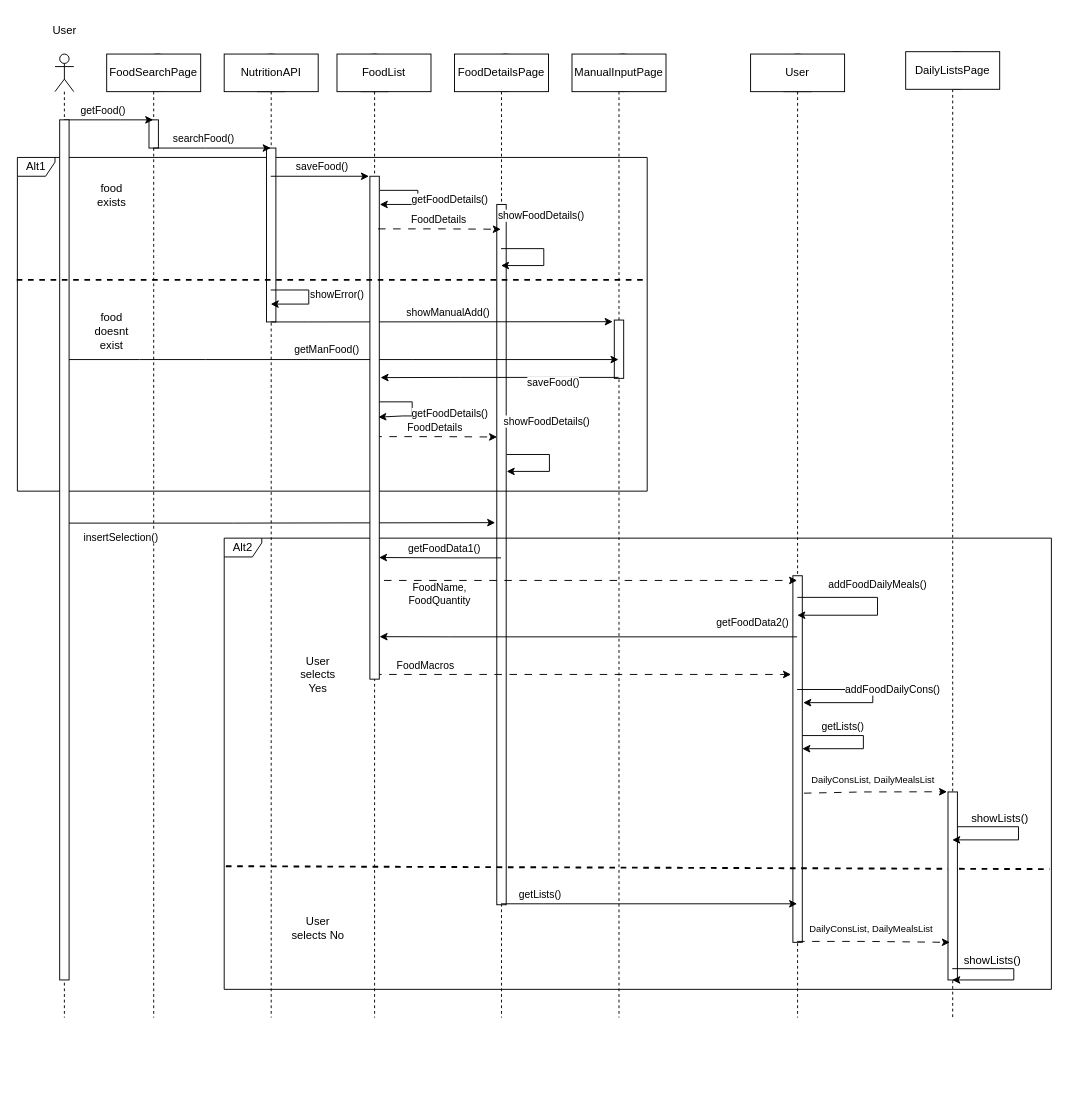
Earlier version of the draw.io diagram ΤΕΛΙΚΟ ΠΑΡΑΔΟΤΕΟ/Sequence-diagrams-v1.0/sd_αναζήτηση_προσθήκη_φαγητού.drawio (Dionkaps/Eu-Zin). Source tidied: cells renumbered, new cells numbered last; positions are measured from the earlier drawing's top-left corner, leaving out a move shared by most shapes. Both pictures are drawn from the tidied source at 94%, with x=0, y=0 at pixel (16, 16).
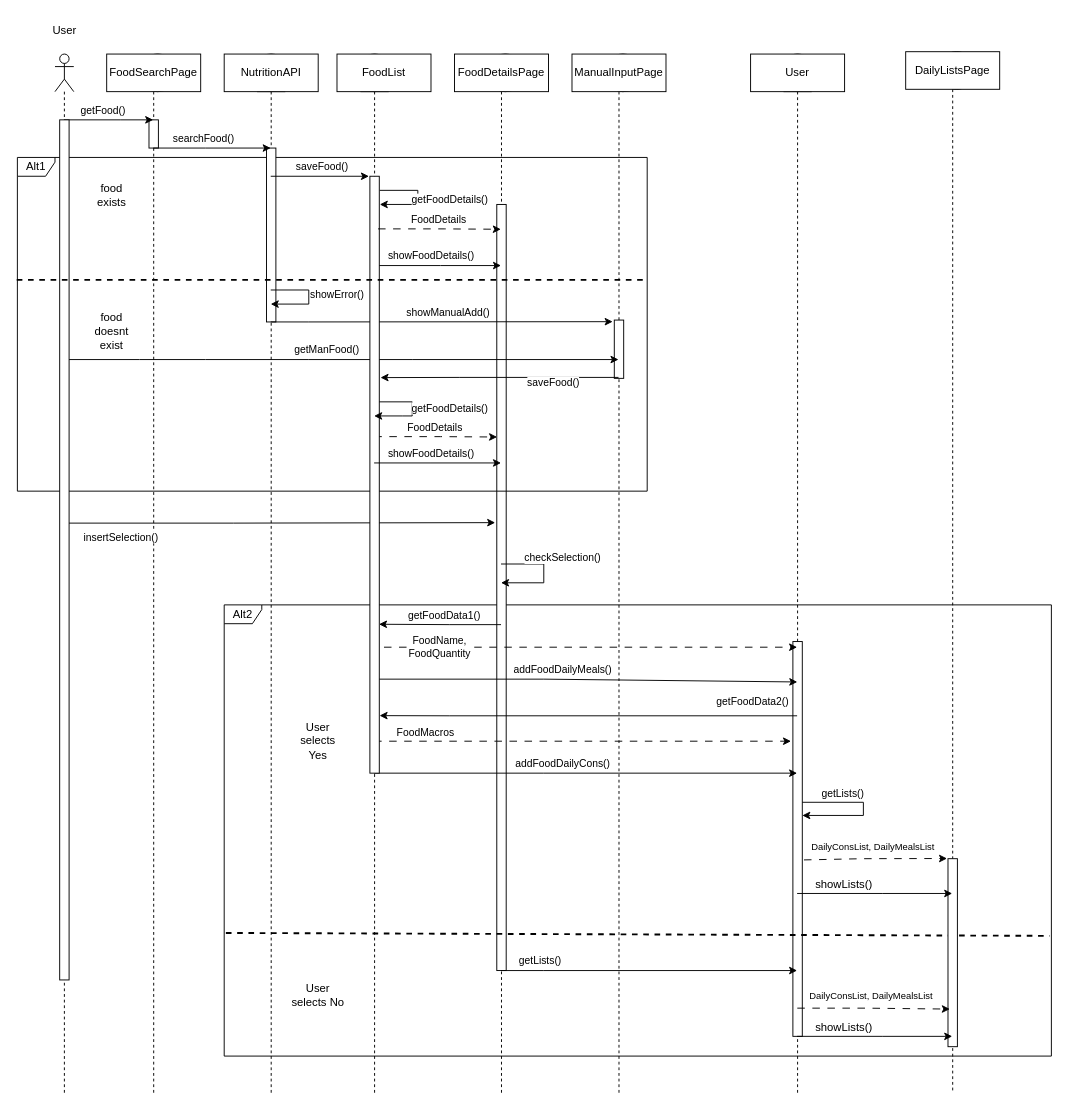
The same page after the edit.

Diff of the diagram source:
```diff
@@
+    <mxCell id="13" value="Alt2" style="shape=umlFrame;whiteSpace=wrap;html=1;width=40;height=20;" parent="1" vertex="1">
+      <mxGeometry x="221" y="626" width="880" height="480" as="geometry" />
+    </mxCell>
     <mxCell id="2" style="shape=umlLifeline;perimeter=lifelinePerimeter;whiteSpace=wrap;html=1;outlineConnect=0;portConstraint=eastwest;newEdgeStyle={&quot;edgeStyle&quot;:&quot;elbowEdgeStyle&quot;,&quot;elbow&quot;:&quot;vertical&quot;,&quot;curved&quot;:0,&quot;rounded&quot;:0};participant=umlEntity;" parent="1" vertex="1">
-      <mxGeometry x="811" y="40" width="40" height="1025" as="geometry" />
+      <mxGeometry x="811" y="40" width="40" height="1105" as="geometry" />
     </mxCell>
     <mxCell id="3" style="html=1;points=[];perimeter=orthogonalPerimeter;" parent="1" vertex="1">
-      <mxGeometry x="826" y="595" width="10" height="390" as="geometry" />
+      <mxGeometry x="826" y="665" width="10" height="420" as="geometry" />
     </mxCell>
     <mxCell id="4" style="shape=umlLifeline;perimeter=lifelinePerimeter;whiteSpace=wrap;html=1;outlineConnect=0;portConstraint=eastwest;newEdgeStyle={&quot;edgeStyle&quot;:&quot;elbowEdgeStyle&quot;,&quot;elbow&quot;:&quot;vertical&quot;,&quot;curved&quot;:0,&quot;rounded&quot;:0};participant=umlBoundary;" parent="1" vertex="1">
-      <mxGeometry x="616" y="40" width="50" height="1025" as="geometry" />
+      <mxGeometry x="616" y="40" width="50" height="1105" as="geometry" />
     </mxCell>
@@
     <mxCell id="6" style="shape=umlLifeline;perimeter=lifelinePerimeter;whiteSpace=wrap;html=1;outlineConnect=0;portConstraint=eastwest;newEdgeStyle={&quot;edgeStyle&quot;:&quot;elbowEdgeStyle&quot;,&quot;elbow&quot;:&quot;vertical&quot;,&quot;curved&quot;:0,&quot;rounded&quot;:0};participant=umlBoundary;" parent="1" vertex="1">
-      <mxGeometry x="491" y="40" width="50" height="1025" as="geometry" />
+      <mxGeometry x="491" y="40" width="50" height="1105" as="geometry" />
     </mxCell>
     <mxCell id="7" style="html=1;perimeter=orthogonalPerimeter;" parent="1" vertex="1">
-      <mxGeometry x="511" y="200" width="10" height="745" as="geometry" />
+      <mxGeometry x="511" y="200" width="10" height="815" as="geometry" />
     </mxCell>
     <mxCell id="8" style="shape=umlLifeline;perimeter=lifelinePerimeter;whiteSpace=wrap;html=1;outlineConnect=0;portConstraint=eastwest;newEdgeStyle={&quot;edgeStyle&quot;:&quot;elbowEdgeStyle&quot;,&quot;elbow&quot;:&quot;vertical&quot;,&quot;curved&quot;:0,&quot;rounded&quot;:0};participant=umlEntity;" parent="1" vertex="1">
-      <mxGeometry x="251" y="40" width="40" height="1025" as="geometry" />
+      <mxGeometry x="251" y="40" width="40" height="1105" as="geometry" />
     </mxCell>
@@
     <mxCell id="11" style="shape=umlLifeline;perimeter=lifelinePerimeter;whiteSpace=wrap;html=1;outlineConnect=0;portConstraint=eastwest;newEdgeStyle={&quot;edgeStyle&quot;:&quot;elbowEdgeStyle&quot;,&quot;elbow&quot;:&quot;vertical&quot;,&quot;curved&quot;:0,&quot;rounded&quot;:0};participant=umlBoundary;" parent="1" vertex="1">
-      <mxGeometry x="121" y="40" width="50" height="1025" as="geometry" />
+      <mxGeometry x="121" y="40" width="50" height="1105" as="geometry" />
     </mxCell>
@@
-    <mxCell id="13" value="Alt2" style="shape=umlFrame;whiteSpace=wrap;html=1;width=40;height=20;" parent="1" vertex="1">
-      <mxGeometry x="221" y="555" width="880" height="480" as="geometry" />
-    </mxCell>
     <mxCell id="14" style="shape=umlLifeline;perimeter=lifelinePerimeter;whiteSpace=wrap;html=1;outlineConnect=0;portConstraint=eastwest;newEdgeStyle={&quot;edgeStyle&quot;:&quot;elbowEdgeStyle&quot;,&quot;elbow&quot;:&quot;vertical&quot;,&quot;curved&quot;:0,&quot;rounded&quot;:0};participant=umlActor;" parent="1" vertex="1">
-      <mxGeometry x="41" y="40" width="20" height="1025" as="geometry" />
+      <mxGeometry x="41" y="40" width="20" height="1105" as="geometry" />
     </mxCell>
     <mxCell id="15" style="shape=umlLifeline;perimeter=lifelinePerimeter;whiteSpace=wrap;html=1;outlineConnect=0;portConstraint=eastwest;newEdgeStyle={&quot;edgeStyle&quot;:&quot;elbowEdgeStyle&quot;,&quot;elbow&quot;:&quot;vertical&quot;,&quot;curved&quot;:0,&quot;rounded&quot;:0};participant=umlBoundary;" parent="1" vertex="1">
-      <mxGeometry x="971" y="37.5" width="50" height="1027.5" as="geometry" />
+      <mxGeometry x="971" y="37.5" width="50" height="1107.5" as="geometry" />
     </mxCell>
     <mxCell id="16" style="shape=umlLifeline;perimeter=lifelinePerimeter;whiteSpace=wrap;html=1;outlineConnect=0;portConstraint=eastwest;newEdgeStyle={&quot;edgeStyle&quot;:&quot;elbowEdgeStyle&quot;,&quot;elbow&quot;:&quot;vertical&quot;,&quot;curved&quot;:0,&quot;rounded&quot;:0};participant=umlEntity;" parent="1" vertex="1">
-      <mxGeometry x="361" y="40" width="40" height="1025" as="geometry" />
+      <mxGeometry x="361" y="40" width="40" height="1105" as="geometry" />
     </mxCell>
@@
-    <mxCell id="20" value="showFoodDetails()" style="endArrow=classic;html=1;rounded=0;" parent="1" edge="1" source="6" target="6">
-      <mxGeometry x="-0.17" y="23" relative="1" as="geometry">
+    <mxCell id="20" value="showFoodDetails()" style="endArrow=classic;html=1;rounded=0;" parent="1" edge="1" source="16" target="6">
+      <mxGeometry x="-0.11" y="10" relative="1" as="geometry">
         <Array as="points">
-          <mxPoint x="561" y="247" />
-          <mxPoint x="561" y="265" />
+          <mxPoint x="451" y="265" />
         </Array>
-        <mxPoint x="-3" y="-12" as="offset" />
       </mxGeometry>
     </mxCell>
@@
     <mxCell id="28" value="getFoodData1()" style="endArrow=classic;html=1;rounded=0;entryX=0.967;entryY=0.682;entryDx=0;entryDy=0;entryPerimeter=0;" parent="1" edge="1">
       <mxGeometry x="-0.06" y="-10" relative="1" as="geometry">
-        <mxPoint x="515.5" y="576" as="sourcePoint" />
-        <mxPoint x="385.7" y="575.6" as="targetPoint" />
+        <mxPoint x="515.5" y="647" as="sourcePoint" />
+        <mxPoint x="385.7" y="646.6" as="targetPoint" />
         <Array as="points">
-          <mxPoint x="461" y="576" />
+          <mxPoint x="461" y="647" />
         </Array>
       </mxGeometry>
     </mxCell>
@@
     <mxCell id="30" value="getFoodData2()" style="endArrow=classic;html=1;rounded=0;entryX=1.033;entryY=0.902;entryDx=0;entryDy=0;entryPerimeter=0;" parent="1" edge="1">
       <mxGeometry x="-0.78" y="-15" relative="1" as="geometry">
-        <mxPoint x="830.5" y="660" as="sourcePoint" />
-        <mxPoint x="386.3" y="659.8" as="targetPoint" />
+        <mxPoint x="830.5" y="744" as="sourcePoint" />
+        <mxPoint x="386.3" y="743.8" as="targetPoint" />
         <Array as="points">
-          <mxPoint x="461" y="660" />
+          <mxPoint x="461" y="744" />
         </Array>
         <mxPoint x="1" as="offset" />
       </mxGeometry>
     </mxCell>
     <mxCell id="31" style="endArrow=classic;html=1;rounded=0;dashed=1;dashPattern=8 8;entryX=-0.2;entryY=0;entryDx=0;entryDy=0;entryPerimeter=0;" parent="1" edge="1">
       <mxGeometry relative="1" as="geometry">
-        <mxPoint x="380.5" y="700" as="sourcePoint" />
-        <mxPoint x="824" y="700" as="targetPoint" />
+        <mxPoint x="380.5" y="771" as="sourcePoint" />
+        <mxPoint x="824" y="771" as="targetPoint" />
         <Array as="points">
-          <mxPoint x="511" y="700" />
+          <mxPoint x="511" y="771" />
         </Array>
       </mxGeometry>
     </mxCell>
@@
     <mxCell id="33" value="FoodName,&lt;br&gt;FoodQuantity" style="endArrow=classic;html=1;rounded=0;dashed=1;dashPattern=8 8;" parent="1" edge="1">
-      <mxGeometry x="-0.73" y="-15" relative="1" as="geometry">
-        <mxPoint x="391" y="600" as="sourcePoint" />
-        <mxPoint x="830.5" y="600" as="targetPoint" />
+      <mxGeometry x="-0.73" relative="1" as="geometry">
+        <mxPoint x="391" y="671" as="sourcePoint" />
+        <mxPoint x="830.5" y="671" as="targetPoint" />
       </mxGeometry>
     </mxCell>
-    <mxCell id="34" value="addFoodDailyCons()" style="endArrow=classic;html=1;rounded=0;entryX=1.1;entryY=0.1;entryDx=0;entryDy=0;entryPerimeter=0;" parent="1" edge="1">
-      <mxGeometry x="-0.05" y="-21" relative="1" as="geometry">
-        <mxPoint x="830.5" y="716" as="sourcePoint" />
-        <mxPoint x="837" y="730" as="targetPoint" />
+    <mxCell id="34" value="addFoodDailyCons()" style="endArrow=classic;html=1;rounded=0;" parent="1" edge="1" source="16" target="2">
+      <mxGeometry x="-0.11" y="10" relative="1" as="geometry">
         <Array as="points">
-          <mxPoint x="911" y="716" />
-          <mxPoint x="911" y="730" />
+          <mxPoint x="561" y="805" />
         </Array>
-        <mxPoint x="21" y="-21" as="offset" />
       </mxGeometry>
     </mxCell>
     <mxCell id="35" value="DailyConsList, DailyMealsList" style="endArrow=classic;html=1;rounded=0;dashed=1;dashPattern=8 8;entryX=-0.1;entryY=0.482;entryDx=0;entryDy=0;entryPerimeter=0;exitX=1.178;exitY=0.671;exitDx=0;exitDy=0;exitPerimeter=0;fontSize=10;" parent="1" edge="1">
       <mxGeometry x="-0.04" y="13" relative="1" as="geometry">
-        <mxPoint x="837.8" y="826.3" as="sourcePoint" />
-        <mxPoint x="990" y="824.8" as="targetPoint" />
+        <mxPoint x="837.8" y="897.3" as="sourcePoint" />
+        <mxPoint x="990" y="895.8" as="targetPoint" />
         <Array as="points">
-          <mxPoint x="901" y="825" />
+          <mxPoint x="901" y="896" />
         </Array>
       </mxGeometry>
     </mxCell>
     <mxCell id="36" value="getLists()" style="endArrow=classic;html=1;rounded=0;" parent="1" edge="1">
       <mxGeometry x="-0.74" y="10" relative="1" as="geometry">
-        <mxPoint x="515.5" y="944" as="sourcePoint" />
-        <mxPoint x="830.5" y="944" as="targetPoint" />
+        <mxPoint x="515.5" y="1015" as="sourcePoint" />
+        <mxPoint x="830.5" y="1015" as="targetPoint" />
         <Array as="points">
-          <mxPoint x="561" y="944" />
+          <mxPoint x="561" y="1015" />
         </Array>
       </mxGeometry>
     </mxCell>
     <mxCell id="37" value="User selects Yes" style="text;html=1;strokeColor=none;fillColor=none;align=center;verticalAlign=middle;whiteSpace=wrap;rounded=0;" parent="1" vertex="1">
-      <mxGeometry x="291" y="685" width="60" height="30" as="geometry" />
+      <mxGeometry x="291" y="756" width="60" height="30" as="geometry" />
     </mxCell>
     <mxCell id="38" value="User selects No" style="text;html=1;strokeColor=none;fillColor=none;align=center;verticalAlign=middle;whiteSpace=wrap;rounded=0;" parent="1" vertex="1">
-      <mxGeometry x="291" y="955" width="60" height="30" as="geometry" />
+      <mxGeometry x="291" y="1026" width="60" height="30" as="geometry" />
     </mxCell>
     <mxCell id="39" style="endArrow=none;dashed=1;html=1;rounded=0;strokeWidth=2;entryX=0.998;entryY=0.71;entryDx=0;entryDy=0;entryPerimeter=0;exitX=0.002;exitY=0.704;exitDx=0;exitDy=0;exitPerimeter=0;" parent="1" edge="1">
       <mxGeometry relative="1" as="geometry">
-        <mxPoint x="222.8" y="904" as="sourcePoint" />
-        <mxPoint x="1099.2" y="907.1" as="targetPoint" />
+        <mxPoint x="222.8" y="975" as="sourcePoint" />
+        <mxPoint x="1099.2" y="978.1" as="targetPoint" />
       </mxGeometry>
     </mxCell>
@@
     <mxCell id="41" style="html=1;perimeter=orthogonalPerimeter;" parent="1" vertex="1">
-      <mxGeometry x="991" y="825" width="10" height="200" as="geometry" />
+      <mxGeometry x="991" y="896" width="10" height="200" as="geometry" />
     </mxCell>
@@
-    <mxCell id="50" value="addFoodDailyMeals()" style="endArrow=classic;html=1;rounded=0;" parent="1" edge="1">
-      <mxGeometry x="-0.1" y="-13" relative="1" as="geometry">
-        <mxPoint x="830.7" y="618" as="sourcePoint" />
-        <mxPoint x="830.7" y="637" as="targetPoint" />
+    <mxCell id="50" value="addFoodDailyMeals()" style="endArrow=classic;html=1;rounded=0;" parent="1" edge="1" source="16">
+      <mxGeometry x="-0.11" y="10" relative="1" as="geometry">
+        <mxPoint x="830.7" y="708" as="targetPoint" />
         <Array as="points">
-          <mxPoint x="916" y="618" />
-          <mxPoint x="916" y="637" />
+          <mxPoint x="561" y="705" />
         </Array>
-        <mxPoint x="13" y="-13" as="offset" />
       </mxGeometry>
     </mxCell>
@@
     <mxCell id="52" style="html=1;points=[];perimeter=orthogonalPerimeter;" parent="1" vertex="1">
-      <mxGeometry x="376" y="170" width="10" height="535" as="geometry" />
+      <mxGeometry x="376" y="170" width="10" height="635" as="geometry" />
     </mxCell>
-    <mxCell id="53" style="endArrow=classic;html=1;rounded=0;" parent="1" edge="1" target="3">
+    <mxCell id="53" style="endArrow=classic;html=1;rounded=0;" parent="1" edge="1">
       <mxGeometry x="-0.05" y="-21" relative="1" as="geometry">
-        <mxPoint x="836" y="765" as="sourcePoint" />
+        <mxPoint x="836" y="836" as="sourcePoint" />
+        <mxPoint x="836" y="850" as="targetPoint" />
         <Array as="points">
-          <mxPoint x="901" y="765" />
-          <mxPoint x="901" y="779" />
+          <mxPoint x="901" y="836" />
+          <mxPoint x="901" y="850" />
         </Array>
         <mxPoint x="21" y="-21" as="offset" />
       </mxGeometry>
     </mxCell>
@@
-    <mxCell id="55" style="endArrow=classic;html=1;rounded=0;" parent="1" edge="1" target="15">
+    <mxCell id="55" style="endArrow=classic;html=1;rounded=0;" parent="1" edge="1" source="2" target="15">
       <mxGeometry x="-0.05" y="-21" relative="1" as="geometry">
-        <mxPoint x="1001" y="862" as="sourcePoint" />
         <Array as="points">
-          <mxPoint x="1066" y="862" />
-          <mxPoint x="1066" y="876" />
+          <mxPoint x="921" y="933" />
         </Array>
         <mxPoint x="21" y="-21" as="offset" />
       </mxGeometry>
     </mxCell>
@@
-    <mxCell id="57" value="getFoodDetails()" style="endArrow=classic;html=1;rounded=0;entryX=0.9;entryY=0.479;entryDx=0;entryDy=0;entryPerimeter=0;" parent="1" edge="1" target="52">
-      <mxGeometry x="0.12" y="40" relative="1" as="geometry">
+    <mxCell id="57" value="getFoodDetails()" style="endArrow=classic;html=1;rounded=0;" parent="1" edge="1" target="16">
+      <mxGeometry x="-0.07" y="40" relative="1" as="geometry">
         <mxPoint x="386" y="410" as="sourcePoint" />
         <Array as="points">
           <mxPoint x="421" y="410" />
           <mxPoint x="421" y="425" />
           <mxPoint x="411" y="425" />
         </Array>
       </mxGeometry>
     </mxCell>
@@
-    <mxCell id="61" value="showFoodDetails()" style="endArrow=classic;html=1;rounded=0;" parent="1" edge="1">
-      <mxGeometry x="-0.17" y="23" relative="1" as="geometry">
-        <mxPoint x="521.5" y="466" as="sourcePoint" />
-        <mxPoint x="521.5" y="484" as="targetPoint" />
+    <mxCell id="61" value="showFoodDetails()" style="endArrow=classic;html=1;rounded=0;" parent="1" edge="1" source="16" target="6">
+      <mxGeometry x="-0.11" y="10" relative="1" as="geometry">
         <Array as="points">
-          <mxPoint x="567" y="466" />
-          <mxPoint x="567" y="484" />
+          <mxPoint x="441" y="475" />
         </Array>
-        <mxPoint x="-3" y="-12" as="offset" />
       </mxGeometry>
     </mxCell>
-    <mxCell id="62" value="DailyConsList, DailyMealsList" style="endArrow=classic;html=1;rounded=0;dashed=1;dashPattern=8 8;fontSize=10;" parent="1" edge="1" source="2">
+    <mxCell id="62" value="DailyConsList, DailyMealsList" style="endArrow=classic;html=1;rounded=0;dashed=1;dashPattern=8 8;fontSize=10;" parent="1" edge="1">
       <mxGeometry x="-0.04" y="13" relative="1" as="geometry">
-        <mxPoint x="993" y="985" as="targetPoint" />
+        <mxPoint x="830.7" y="1055" as="sourcePoint" />
+        <mxPoint x="993" y="1056" as="targetPoint" />
         <Array as="points">
-          <mxPoint x="904" y="984" />
+          <mxPoint x="904" y="1055" />
         </Array>
       </mxGeometry>
     </mxCell>
-    <mxCell id="63" style="endArrow=classic;html=1;rounded=0;" parent="1" edge="1" source="15" target="15">
+    <mxCell id="63" style="endArrow=classic;html=1;rounded=0;" parent="1" edge="1" source="2" target="15">
       <mxGeometry x="-0.05" y="-21" relative="1" as="geometry">
         <Array as="points">
-          <mxPoint x="1061" y="1013" />
-          <mxPoint x="1061" y="1025" />
+          <mxPoint x="921" y="1085" />
         </Array>
         <mxPoint x="21" y="-21" as="offset" />
       </mxGeometry>
     </mxCell>
@@
+    <mxCell id="65" value="checkSelection()" style="endArrow=classic;html=1;rounded=0;" parent="1" edge="1" source="6" target="6">
+      <mxGeometry x="-0.18" y="21" relative="1" as="geometry">
+        <mxPoint x="-1" y="-7" as="offset" />
+      </mxGeometry>
+    </mxCell>
```
